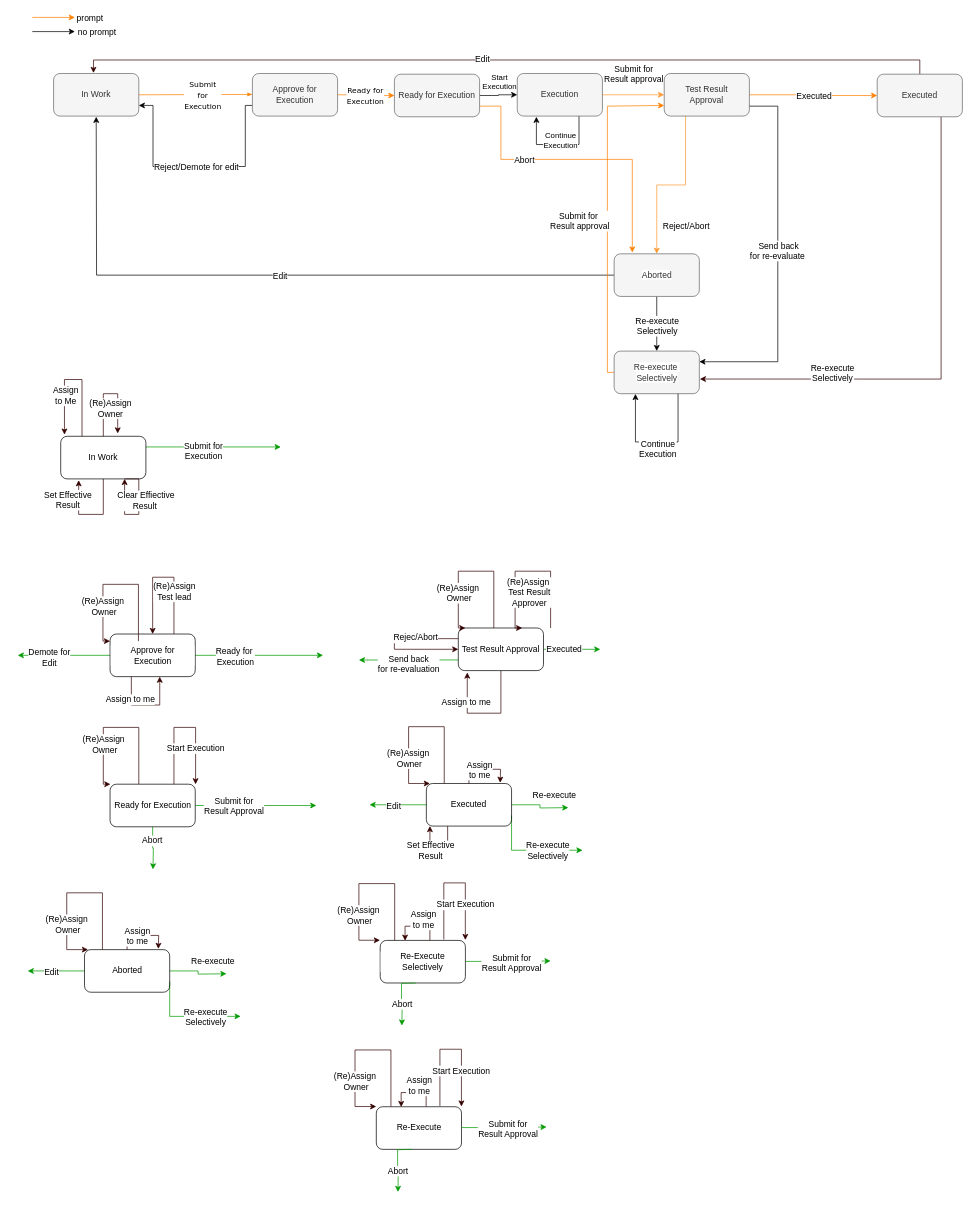
Earlier version of the draw.io diagram TestProtocolWorkflowDiagram.drawio (szvatai1985/drawio_files). Source tidied: cells renumbered, new cells numbered last; positions are measured from the earlier drawing's top-left corner, leaving out a move shared by most shapes. Both pictures are drawn from the tidied source at 71%, with x=0, y=0 at pixel (18, 17).
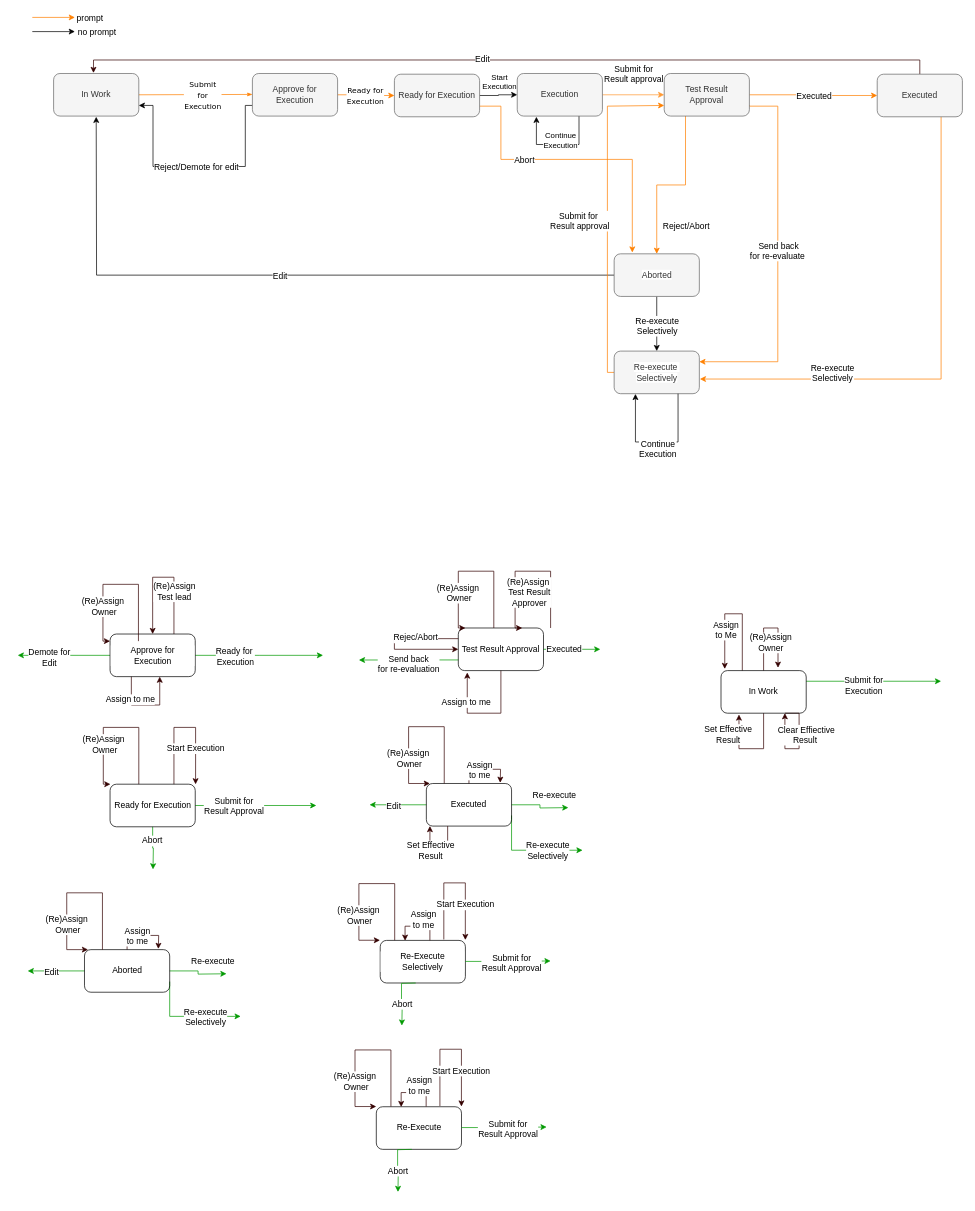
After the change.

Commit message:
color changes on charts

The change refers to these unchanged cells:
```xml
<mxCell id="24" value="Test Result &lt;br&gt;Approval" style="rounded=1;whiteSpace=wrap;html=1;fillColor=#f5f5f5;fontColor=#333333;strokeColor=#666666;" parent="1" vertex="1">
  <mxGeometry x="910" y="79" width="120" height="60" as="geometry" />
</mxCell>
<mxCell id="29" value="Executed" style="rounded=1;whiteSpace=wrap;html=1;fillColor=#f5f5f5;fontColor=#333333;strokeColor=#666666;" parent="1" vertex="1">
  <mxGeometry x="1210" y="80" width="120" height="60" as="geometry" />
</mxCell>
<mxCell id="34" value="&lt;span style=&quot;white-space: nowrap ; background-color: rgb(255 , 255 , 255)&quot;&gt;Aborted&lt;/span&gt;" style="rounded=1;whiteSpace=wrap;html=1;fillColor=#f5f5f5;fontColor=#333333;strokeColor=#666666;" parent="1" vertex="1">
  <mxGeometry x="839.5" y="333" width="120" height="60" as="geometry" />
</mxCell>
<mxCell id="37" value="&lt;span style=&quot;white-space: nowrap ; background-color: rgb(255 , 255 , 255)&quot;&gt;Re-execute&amp;nbsp;&lt;/span&gt;&lt;br style=&quot;white-space: nowrap&quot;&gt;&lt;span style=&quot;white-space: nowrap ; background-color: rgb(255 , 255 , 255)&quot;&gt;Selectively&lt;/span&gt;" style="rounded=1;whiteSpace=wrap;html=1;fillColor=#f5f5f5;fontColor=#333333;strokeColor=#666666;" parent="1" vertex="1">
  <mxGeometry x="839.5" y="470" width="120" height="60" as="geometry" />
</mxCell>
```

Diff of the diagram source:
```diff
@@
-    <mxCell id="18" style="edgeStyle=orthogonalEdgeStyle;rounded=0;jettySize=auto;html=1;strokeColor=#FF9933;exitX=0.25;exitY=1;exitDx=0;exitDy=0;" parent="1" edge="1" source="24" target="34">
+    <mxCell id="18" style="edgeStyle=orthogonalEdgeStyle;rounded=0;jettySize=auto;html=1;strokeColor=#FF8000;exitX=0.25;exitY=1;exitDx=0;exitDy=0;" parent="1" edge="1" source="24" target="34">
       <mxGeometry relative="1" as="geometry" />
     </mxCell>
@@
-    <mxCell id="20" style="edgeStyle=orthogonalEdgeStyle;rounded=0;jettySize=auto;html=1;exitX=1;exitY=0.75;exitDx=0;exitDy=0;strokeColor=#000000;entryX=1;entryY=0.25;entryDx=0;entryDy=0;" parent="1" edge="1" source="24" target="37">
+    <mxCell id="20" style="edgeStyle=orthogonalEdgeStyle;rounded=0;jettySize=auto;html=1;exitX=1;exitY=0.75;exitDx=0;exitDy=0;strokeColor=#FF8000;entryX=1;entryY=0.25;entryDx=0;entryDy=0;" parent="1" edge="1" source="24" target="37">
       <mxGeometry relative="1" as="geometry">
         <Array as="points">
           <mxPoint x="1070" y="125" />
           <mxPoint x="1070" y="485" />
         </Array>
       </mxGeometry>
     </mxCell>
@@
-    <mxCell id="27" style="edgeStyle=orthogonalEdgeStyle;rounded=0;jettySize=auto;html=1;exitX=0.75;exitY=1;exitDx=0;exitDy=0;strokeColor=#330000;entryX=1.006;entryY=0.656;entryDx=0;entryDy=0;entryPerimeter=0;" parent="1" edge="1" source="29" target="37">
+    <mxCell id="27" style="edgeStyle=orthogonalEdgeStyle;rounded=0;jettySize=auto;html=1;exitX=0.75;exitY=1;exitDx=0;exitDy=0;strokeColor=#FF8000;entryX=1.006;entryY=0.656;entryDx=0;entryDy=0;entryPerimeter=0;" parent="1" edge="1" source="29" target="37">
       <mxGeometry relative="1" as="geometry">
         <Array as="points">
           <mxPoint x="1300" y="509" />
         </Array>
       </mxGeometry>
     </mxCell>
@@
     <mxCell id="44" style="edgeStyle=orthogonalEdgeStyle;rounded=0;orthogonalLoop=1;jettySize=auto;html=1;strokeColor=#330000;entryX=0.669;entryY=-0.067;entryDx=0;entryDy=0;entryPerimeter=0;fontColor=#000000;labelBackgroundColor=#ffffff;" parent="1" edge="1" source="54" target="54">
       <mxGeometry relative="1" as="geometry">
         <Array as="points">
-          <mxPoint x="120" y="530" />
-          <mxPoint x="140" y="530" />
+          <mxPoint x="1050" y="860" />
+          <mxPoint x="1070" y="860" />
         </Array>
       </mxGeometry>
     </mxCell>
@@
     <mxCell id="46" style="edgeStyle=orthogonalEdgeStyle;rounded=0;jettySize=auto;html=1;exitX=1;exitY=0.25;exitDx=0;exitDy=0;strokeColor=#009900;fillColor=#00FF00;" parent="1" edge="1" source="54">
       <mxGeometry relative="1" as="geometry">
-        <mxPoint x="370" y="605" as="targetPoint" />
+        <mxPoint x="1300" y="935" as="targetPoint" />
       </mxGeometry>
     </mxCell>
@@
     <mxCell id="48" style="edgeStyle=orthogonalEdgeStyle;rounded=0;jettySize=auto;html=1;exitX=0.75;exitY=1;exitDx=0;exitDy=0;strokeColor=#330000;fontColor=#000000;labelBackgroundColor=#ffffff;" parent="1" edge="1" source="54">
       <mxGeometry relative="1" as="geometry">
-        <mxPoint x="150" y="650" as="targetPoint" />
+        <mxPoint x="1080" y="980" as="targetPoint" />
         <Array as="points">
-          <mxPoint x="170" y="650" />
-          <mxPoint x="170" y="700" />
-          <mxPoint x="150" y="700" />
-          <mxPoint x="150" y="650" />
+          <mxPoint x="1100" y="980" />
+          <mxPoint x="1100" y="1030" />
+          <mxPoint x="1080" y="1030" />
+          <mxPoint x="1080" y="980" />
         </Array>
       </mxGeometry>
     </mxCell>
@@
     <mxCell id="50" style="edgeStyle=orthogonalEdgeStyle;rounded=0;orthogonalLoop=1;jettySize=auto;html=1;strokeColor=#330000;entryX=0.211;entryY=1.031;entryDx=0;entryDy=0;entryPerimeter=0;fontColor=#000000;labelBackgroundColor=#ffffff;" parent="1" edge="1" source="54" target="54">
       <mxGeometry relative="1" as="geometry">
         <Array as="points">
-          <mxPoint x="120" y="700" />
-          <mxPoint x="85" y="700" />
+          <mxPoint x="1050" y="1030" />
+          <mxPoint x="1015" y="1030" />
         </Array>
       </mxGeometry>
     </mxCell>
@@
     <mxCell id="52" style="edgeStyle=orthogonalEdgeStyle;rounded=0;orthogonalLoop=1;jettySize=auto;html=1;exitX=0.25;exitY=0;exitDx=0;exitDy=0;strokeColor=#330000;entryX=0.044;entryY=-0.039;entryDx=0;entryDy=0;entryPerimeter=0;fontColor=#000000;labelBackgroundColor=#ffffff;" parent="1" edge="1" source="54" target="54">
       <mxGeometry relative="1" as="geometry">
         <Array as="points">
-          <mxPoint x="90" y="510" />
-          <mxPoint x="65" y="510" />
+          <mxPoint x="1020" y="840" />
+          <mxPoint x="995" y="840" />
         </Array>
       </mxGeometry>
     </mxCell>
@@
     <mxCell id="54" value="In Work" style="rounded=1;whiteSpace=wrap;html=1;strokeColor=#000000;fillColor=none;fontColor=#000000;labelBackgroundColor=#ffffff;" parent="1" vertex="1">
-      <mxGeometry x="60" y="590" width="120" height="60" as="geometry" />
+      <mxGeometry x="990" y="920" width="120" height="60" as="geometry" />
     </mxCell>
```
